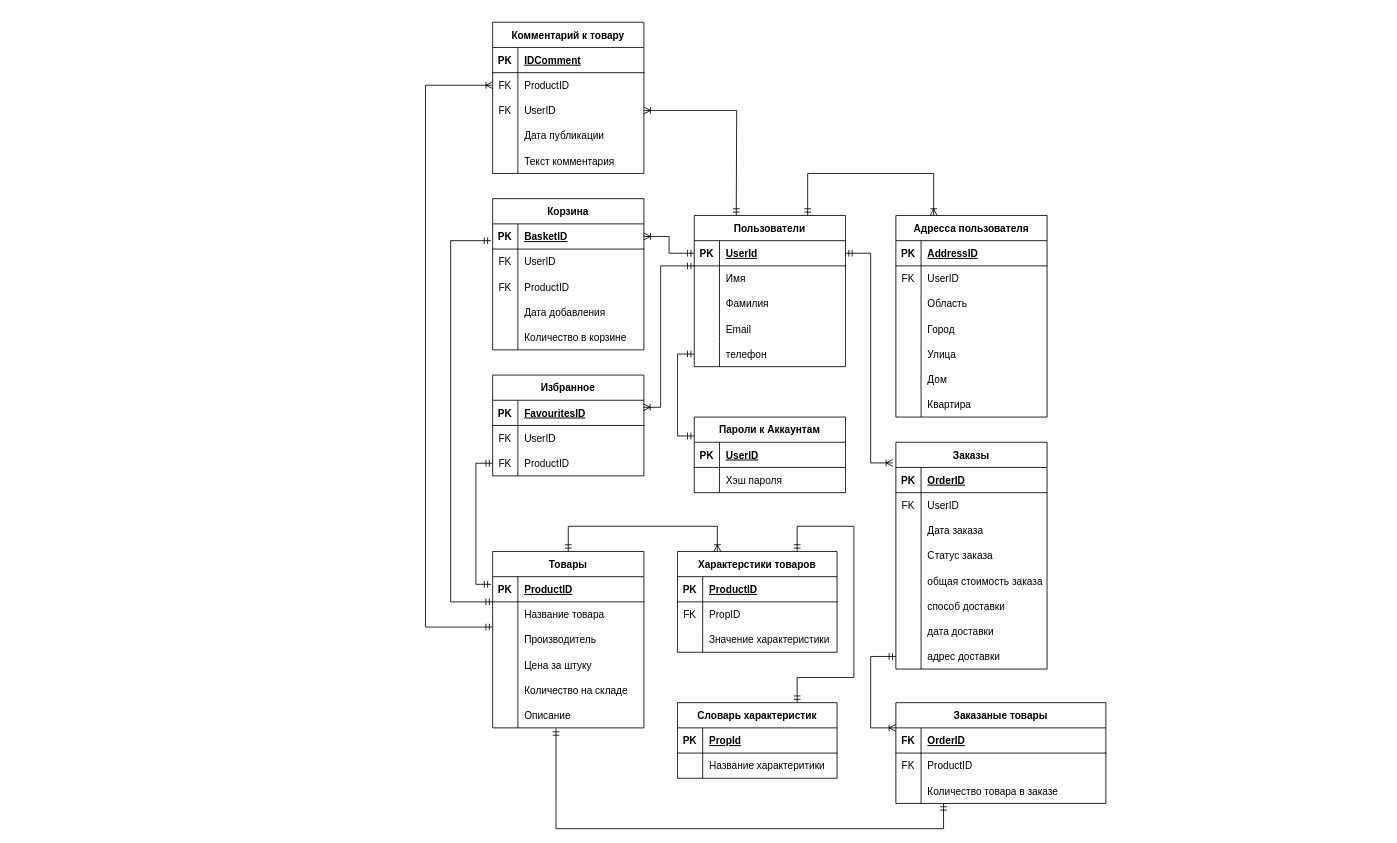
Above: docs/UML схема БД.drawio in Stanlslaw/DB-Project-PostgreSQL-2k2s (draw.io), before the change. Source tidied: cells renumbered, new cells numbered last; positions are measured from the earlier drawing's top-left corner, leaving out a move shared by most shapes. Both pictures are drawn from the tidied source at 84%, with x=0, y=0 at pixel (425, 22).
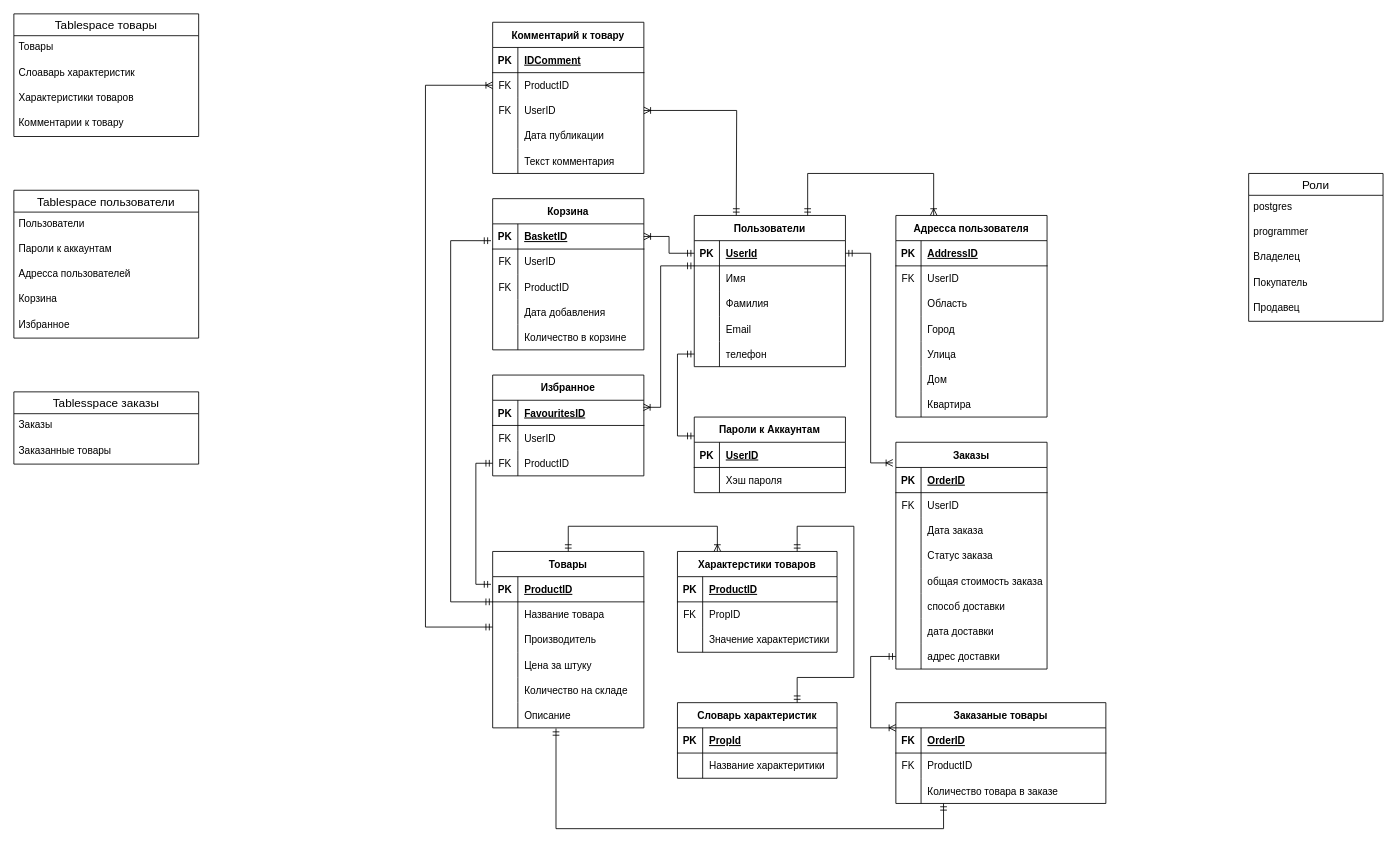
Above is the later version.

The edit, as a diff of the source:
```diff
@@
+    <mxCell id="173" value="Tablespace товары" style="swimlane;fontStyle=0;horizontal=1;startSize=26;align=center;fontSize=14;" parent="1" vertex="1">
+      <mxGeometry x="-490" y="-10" width="220" height="146" as="geometry" />
+    </mxCell>
+    <mxCell id="174" value="Товары" style="text;strokeColor=none;fillColor=none;spacingLeft=4;spacingRight=4;overflow=hidden;fontSize=12;" parent="173" vertex="1">
+      <mxGeometry y="26" width="220" height="30" as="geometry" />
+    </mxCell>
+    <mxCell id="175" value="Слоаварь характеристик" style="text;strokeColor=none;fillColor=none;spacingLeft=4;spacingRight=4;overflow=hidden;fontSize=12;" parent="173" vertex="1">
+      <mxGeometry y="56" width="220" height="30" as="geometry" />
+    </mxCell>
+    <mxCell id="176" value="Характеристики товаров" style="text;strokeColor=none;fillColor=none;spacingLeft=4;spacingRight=4;overflow=hidden;fontSize=12;" parent="173" vertex="1">
+      <mxGeometry y="86" width="220" height="30" as="geometry" />
+    </mxCell>
+    <mxCell id="177" value="Комментарии к товару" style="text;strokeColor=none;fillColor=none;spacingLeft=4;spacingRight=4;overflow=hidden;fontSize=12;" parent="173" vertex="1">
+      <mxGeometry y="116" width="220" height="30" as="geometry" />
+    </mxCell>
+    <mxCell id="178" value="Tablespace пользователи" style="swimlane;fontStyle=0;horizontal=1;startSize=26;align=center;fontSize=14;" parent="1" vertex="1">
+      <mxGeometry x="-490" y="200" width="220" height="176" as="geometry" />
+    </mxCell>
+    <mxCell id="179" value="Пользователи" style="text;strokeColor=none;fillColor=none;spacingLeft=4;spacingRight=4;overflow=hidden;fontSize=12;" parent="178" vertex="1">
+      <mxGeometry y="26" width="220" height="30" as="geometry" />
+    </mxCell>
+    <mxCell id="180" value="Пароли к аккаунтам" style="text;strokeColor=none;fillColor=none;spacingLeft=4;spacingRight=4;overflow=hidden;fontSize=12;" parent="178" vertex="1">
+      <mxGeometry y="56" width="220" height="30" as="geometry" />
+    </mxCell>
+    <mxCell id="181" value="Адресса пользователей" style="text;strokeColor=none;fillColor=none;spacingLeft=4;spacingRight=4;overflow=hidden;fontSize=12;" parent="178" vertex="1">
+      <mxGeometry y="86" width="220" height="30" as="geometry" />
+    </mxCell>
+    <mxCell id="182" value="Корзина" style="text;strokeColor=none;fillColor=none;spacingLeft=4;spacingRight=4;overflow=hidden;fontSize=12;" parent="178" vertex="1">
+      <mxGeometry y="116" width="220" height="30" as="geometry" />
+    </mxCell>
+    <mxCell id="183" value="Избранное" style="text;strokeColor=none;fillColor=none;spacingLeft=4;spacingRight=4;overflow=hidden;fontSize=12;" parent="178" vertex="1">
+      <mxGeometry y="146" width="220" height="30" as="geometry" />
+    </mxCell>
+    <mxCell id="184" value="Tablesspace заказы" style="swimlane;fontStyle=0;horizontal=1;startSize=26;align=center;fontSize=14;" parent="1" vertex="1">
+      <mxGeometry x="-490" y="440" width="220" height="86" as="geometry" />
+    </mxCell>
+    <mxCell id="185" value="Заказы" style="text;strokeColor=none;fillColor=none;spacingLeft=4;spacingRight=4;overflow=hidden;fontSize=12;" parent="184" vertex="1">
+      <mxGeometry y="26" width="220" height="30" as="geometry" />
+    </mxCell>
+    <mxCell id="186" value="Заказанные товары" style="text;strokeColor=none;fillColor=none;spacingLeft=4;spacingRight=4;overflow=hidden;fontSize=12;" parent="184" vertex="1">
+      <mxGeometry y="56" width="220" height="30" as="geometry" />
+    </mxCell>
+    <mxCell id="187" value="Роли" style="swimlane;fontStyle=0;horizontal=1;startSize=26;align=center;fontSize=14;" parent="1" vertex="1">
+      <mxGeometry x="980" y="180" width="160" height="176" as="geometry" />
+    </mxCell>
+    <mxCell id="188" value="postgres" style="text;strokeColor=none;fillColor=none;spacingLeft=4;spacingRight=4;overflow=hidden;fontSize=12;" parent="187" vertex="1">
+      <mxGeometry y="26" width="160" height="30" as="geometry" />
+    </mxCell>
+    <mxCell id="189" value="programmer" style="text;strokeColor=none;fillColor=none;spacingLeft=4;spacingRight=4;overflow=hidden;fontSize=12;" parent="187" vertex="1">
+      <mxGeometry y="56" width="160" height="30" as="geometry" />
+    </mxCell>
+    <mxCell id="190" value="Владелец" style="text;strokeColor=none;fillColor=none;spacingLeft=4;spacingRight=4;overflow=hidden;fontSize=12;" parent="187" vertex="1">
+      <mxGeometry y="86" width="160" height="30" as="geometry" />
+    </mxCell>
+    <mxCell id="191" value="Покупатель" style="text;strokeColor=none;fillColor=none;spacingLeft=4;spacingRight=4;overflow=hidden;fontSize=12;" parent="187" vertex="1">
+      <mxGeometry y="116" width="160" height="30" as="geometry" />
+    </mxCell>
+    <mxCell id="192" value="Продавец" style="text;strokeColor=none;fillColor=none;spacingLeft=4;spacingRight=4;overflow=hidden;fontSize=12;" parent="187" vertex="1">
+      <mxGeometry y="146" width="160" height="30" as="geometry" />
+    </mxCell>
```
